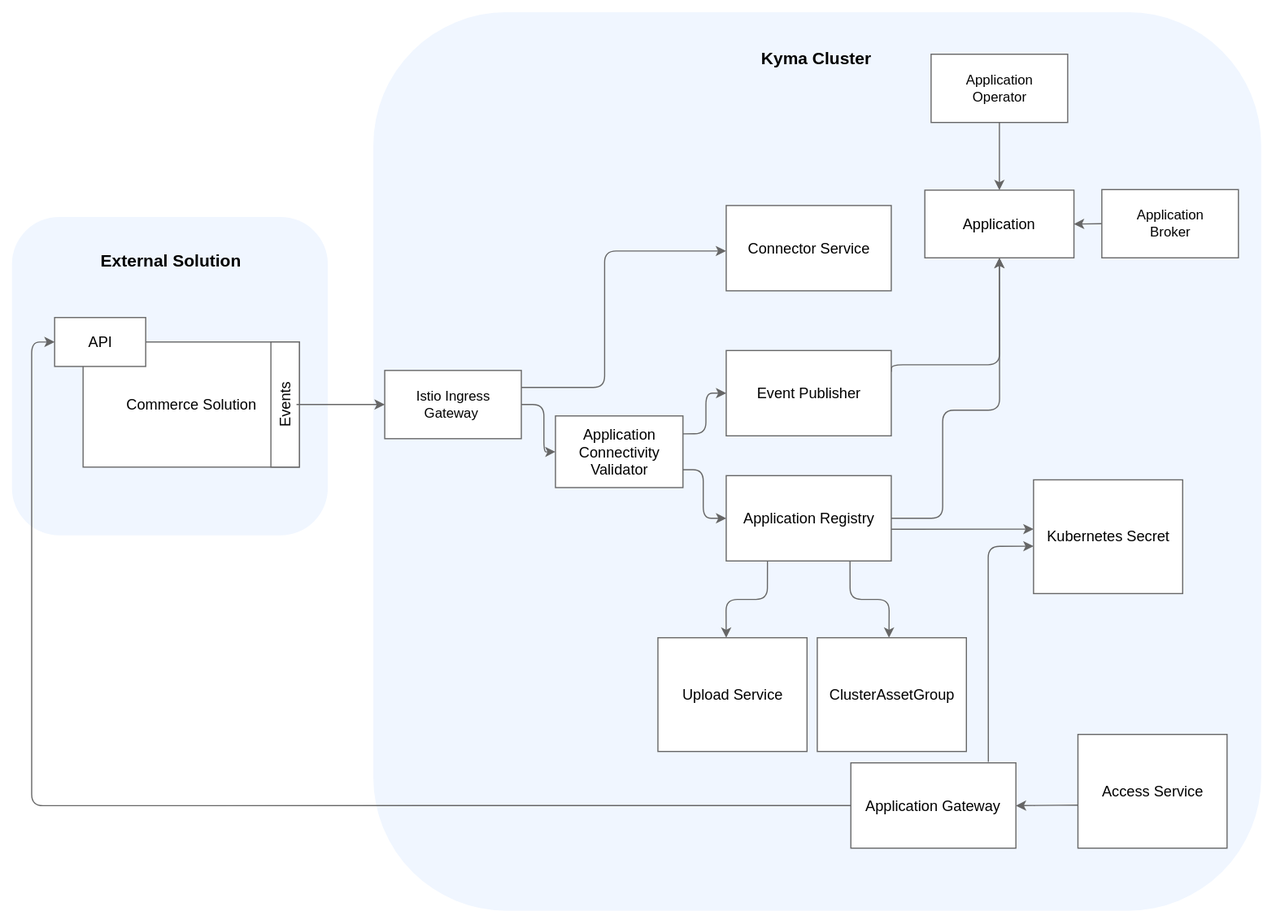
This is docs/05-technical-reference/00-architecture/assets/ac-application-connector-architecture.svg from kyma-project/kyma, a draw.io export, as it was before one commit. Source tidied: cells renumbered, new cells last; positions are measured from the earlier drawing's top-left corner, leaving out a move shared by most shapes.
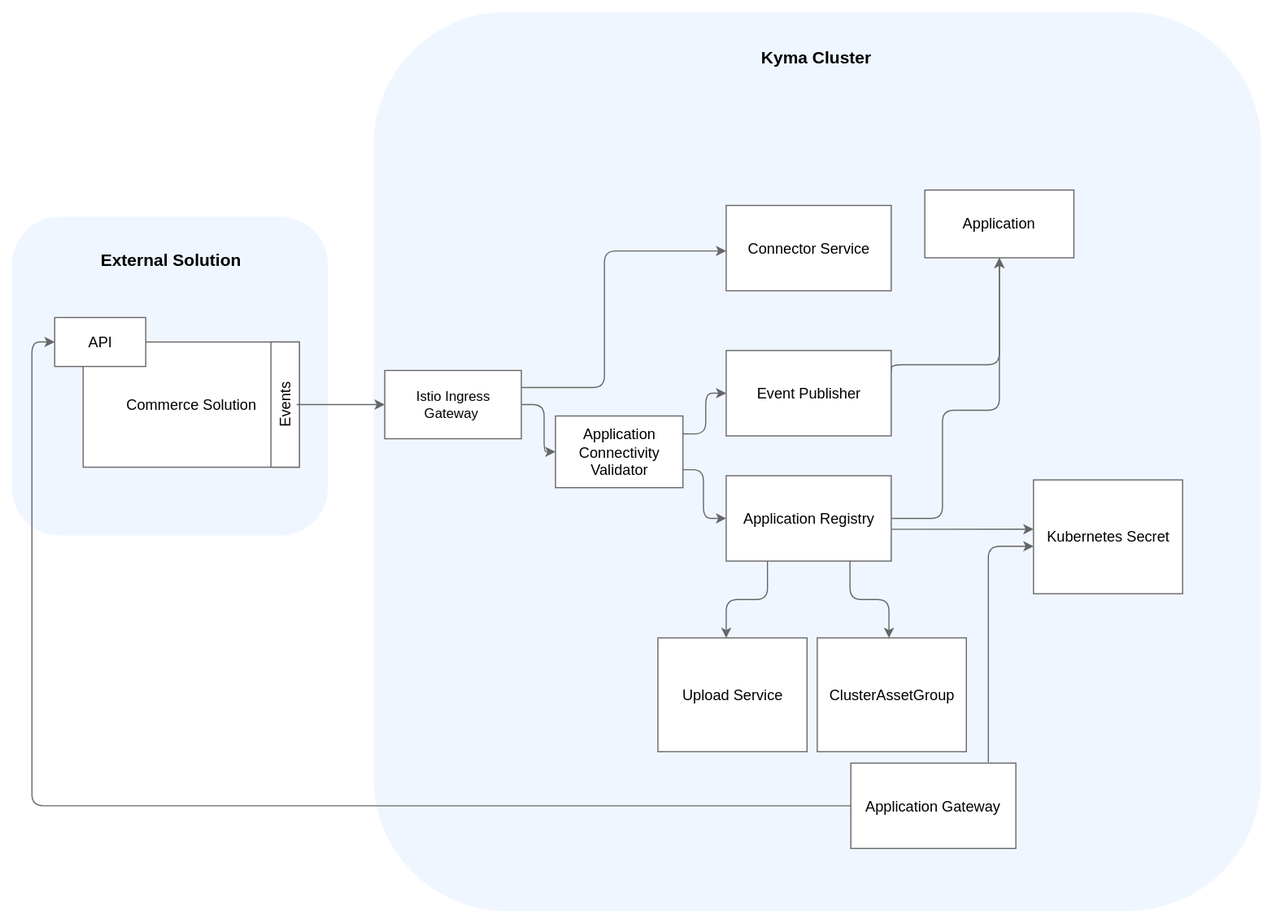
Later version of the same file.

Commit message:
Modified proxying request along with diagrams Modified creating Applications tutorial

Diff of the diagram source:
```diff
@@ -62,12 +62,6 @@
     <mxCell id="17" value="Istio Ingress Gateway&amp;nbsp;&lt;br&gt;" style="rounded=0;whiteSpace=wrap;html=1;strokeWidth=1;fillColor=#ffffff;strokeColor=#666666;" parent="1" vertex="1">
       <mxGeometry x="337.5" y="325" width="120" height="60" as="geometry" />
     </mxCell>
-    <mxCell id="18" style="edgeStyle=orthogonalEdgeStyle;rounded=1;comic=0;html=1;exitX=0.5;exitY=1;jettySize=auto;entryX=0.5;entryY=0;entryDx=0;entryDy=0;entryPerimeter=0;strokeColor=#666666;" parent="1" edge="1" source="19" target="38">
-      <mxGeometry relative="1" as="geometry" />
-    </mxCell>
-    <mxCell id="19" value="Application&lt;br&gt;Operator&lt;br&gt;" style="rounded=0;whiteSpace=wrap;html=1;strokeWidth=1;fillColor=#ffffff;strokeColor=#666666;" parent="1" vertex="1">
-      <mxGeometry x="817.5" y="47" width="120" height="60" as="geometry" />
-    </mxCell>
     <mxCell id="20" value="&lt;font style=&quot;font-size: 13px&quot;&gt;API&lt;/font&gt;" style="rounded=0;whiteSpace=wrap;html=1;strokeWidth=1;fillColor=#ffffff;strokeColor=#666666;" parent="1" vertex="1">
       <mxGeometry x="47.5" y="278.5" width="80" height="43" as="geometry" />
     </mxCell>
@@ -100,9 +94,6 @@
     <mxCell id="24" value="&lt;font style=&quot;font-size: 13px&quot;&gt;Application Registry&lt;/font&gt;" style="rounded=0;whiteSpace=wrap;html=1;strokeWidth=1;fillColor=#ffffff;strokeColor=#666666;" parent="1" vertex="1">
       <mxGeometry x="637.5" y="417.5" width="145" height="75" as="geometry" />
     </mxCell>
-    <mxCell id="25" style="edgeStyle=orthogonalEdgeStyle;rounded=1;comic=0;html=1;jettySize=auto;exitX=0.002;exitY=0.622;exitDx=0;exitDy=0;exitPerimeter=0;strokeColor=#666666;" parent="1" edge="1" source="37" target="28">
-      <mxGeometry relative="1" as="geometry" />
-    </mxCell>
     <mxCell id="26" style="edgeStyle=orthogonalEdgeStyle;rounded=1;comic=0;html=1;exitX=0.833;exitY=-0.011;entryX=0;entryY=0.5;jettySize=auto;exitDx=0;exitDy=0;exitPerimeter=0;strokeColor=#666666;" parent="1" edge="1" source="28">
       <mxGeometry relative="1" as="geometry">
         <mxPoint x="907.5" y="479.5" as="targetPoint" />
@@ -117,16 +108,6 @@
     <mxCell id="28" value="&lt;font style=&quot;font-size: 13px&quot;&gt;Application Gateway&lt;/font&gt;" style="rounded=0;whiteSpace=wrap;html=1;strokeWidth=1;fillColor=#ffffff;strokeColor=#666666;" parent="1" vertex="1">
       <mxGeometry x="747" y="670" width="145" height="75" as="geometry" />
     </mxCell>
-    <mxCell id="29" style="edgeStyle=orthogonalEdgeStyle;rounded=1;html=1;exitX=0;exitY=0.5;exitDx=0;exitDy=0;jettySize=auto;entryX=1;entryY=0.5;entryDx=0;entryDy=0;strokeColor=#666666;" parent="1" edge="1" source="30" target="38">
-      <mxGeometry relative="1" as="geometry">
-        <Array as="points">
-          <mxPoint x="943" y="196" />
-        </Array>
-      </mxGeometry>
-    </mxCell>
-    <mxCell id="30" value="Application&lt;br&gt;Broker&lt;br&gt;" style="rounded=0;whiteSpace=wrap;html=1;strokeWidth=1;fillColor=#ffffff;strokeColor=#666666;" parent="1" vertex="1">
-      <mxGeometry x="967.5" y="166" width="120" height="60" as="geometry" />
-    </mxCell>
     <mxCell id="31" style="edgeStyle=orthogonalEdgeStyle;rounded=1;comic=0;html=1;exitX=0.75;exitY=1;entryX=0.5;entryY=0;jettySize=auto;exitDx=0;exitDy=0;entryDx=0;entryDy=0;strokeColor=#666666;" parent="1" edge="1" source="24">
       <mxGeometry relative="1" as="geometry">
         <mxPoint x="780.5" y="560" as="targetPoint" />
@@ -149,9 +130,6 @@
     <mxCell id="36" value="&lt;font style=&quot;font-size: 13px&quot;&gt;ClusterAssetGroup&lt;br&gt;&lt;/font&gt;" style="whiteSpace=wrap;html=1;backgroundOutline=1;darkOpacity=0.05;strokeColor=#666666;" parent="1" vertex="1">
       <mxGeometry x="717.5" y="560" width="131" height="100" as="geometry" />
     </mxCell>
-    <mxCell id="37" value="&lt;font style=&quot;font-size: 13px&quot;&gt;Access&amp;nbsp;Service&lt;/font&gt;" style="whiteSpace=wrap;html=1;backgroundOutline=1;darkOpacity=0.05;strokeColor=#666666;" parent="1" vertex="1">
-      <mxGeometry x="946.5" y="645" width="131" height="100" as="geometry" />
-    </mxCell>
     <mxCell id="38" value="&lt;font style=&quot;font-size: 13px&quot;&gt;Application&lt;br&gt;&lt;/font&gt;" style="whiteSpace=wrap;html=1;backgroundOutline=1;darkOpacity=0.05;strokeColor=#666666;" parent="1" vertex="1">
       <mxGeometry x="812" y="166.5" width="131" height="59.5" as="geometry" />
     </mxCell>
```
